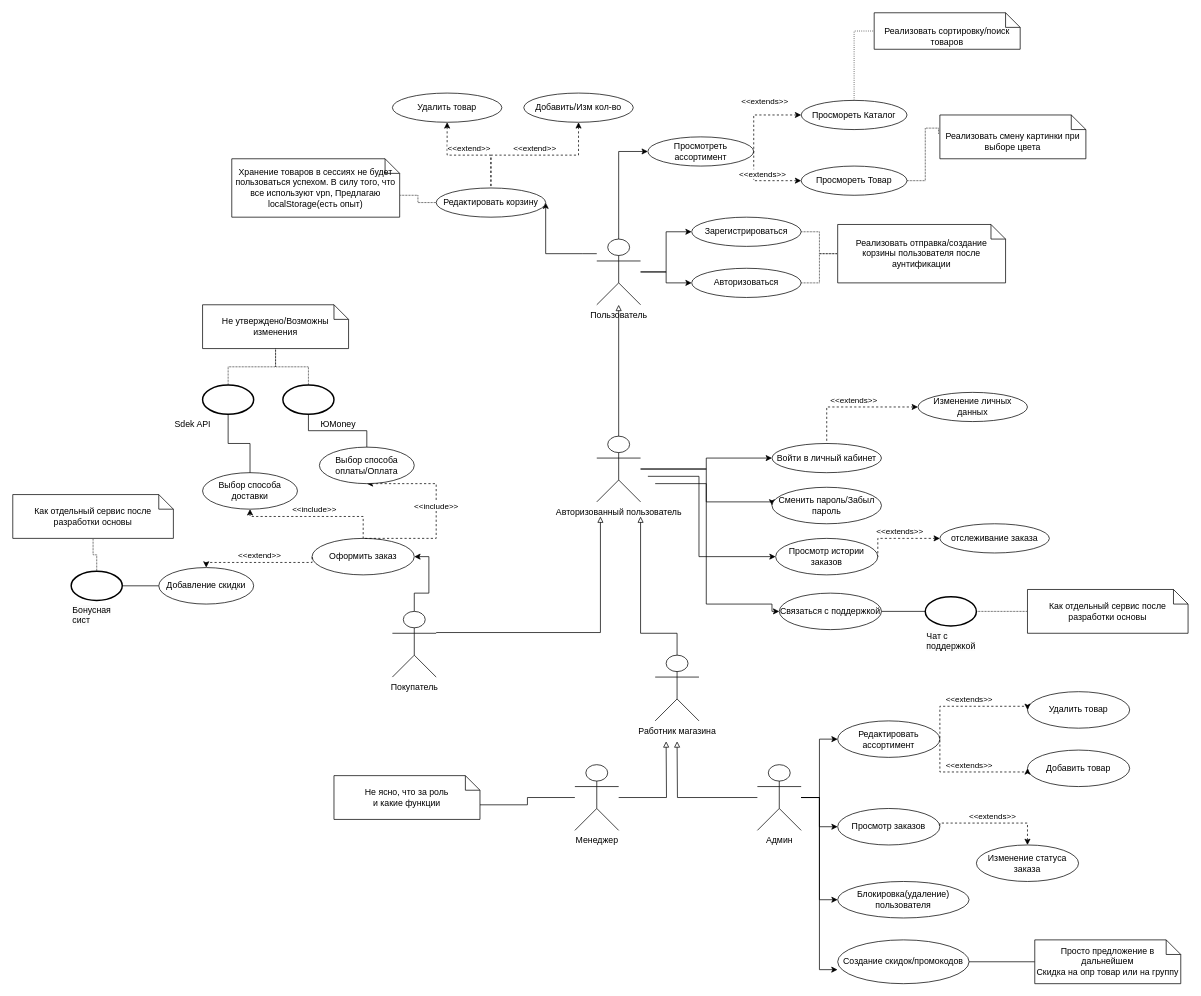
Before: use-case.drawio in deZKI/store_django, a draw.io diagram. Source tidied: cells renumbered, new cells numbered last; positions are measured from the earlier drawing's top-left corner, leaving out a move shared by most shapes. Both pictures are drawn from the tidied source at 73%, with x=0, y=0 at pixel (12, 12).
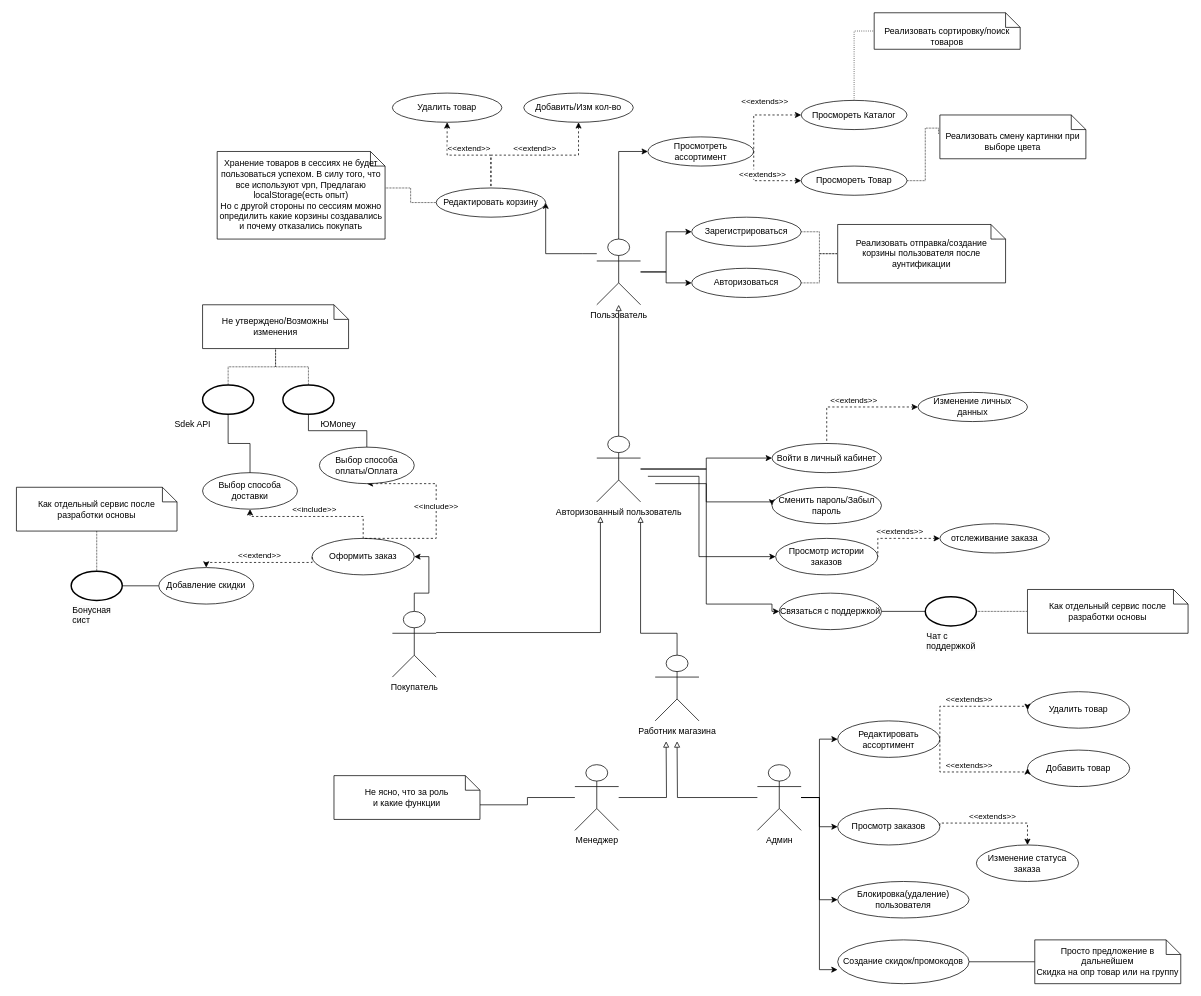
The same diagram, later.

Change to the diagram source:
```diff
@@
     <mxCell id="79" value="Как отдельный сервис после разработки основы" style="shape=note;size=20;whiteSpace=wrap;html=1;" parent="1" vertex="1">
-      <mxGeometry y="660" width="220" height="60" as="geometry" />
+      <mxGeometry x="5" y="650" width="220" height="60" as="geometry" />
     </mxCell>
@@
-    <mxCell id="81" value="Хранение товаров в сессиях не будет пользоваться успехом. В силу того, что все используют vpn, Предлагаю localStorage(есть опыт)" style="shape=note;size=20;whiteSpace=wrap;html=1;" parent="1" vertex="1">
-      <mxGeometry x="300" y="200" width="230" height="80" as="geometry" />
+    <mxCell id="81" value="Хранение товаров в сессиях не будет пользоваться успехом. В силу того, что все используют vpn, Предлагаю localStorage(есть опыт)&lt;br&gt;Но с другой стороны по сессиям можно опредилить какие корзины создавались и почему отказались покупать" style="shape=note;size=20;whiteSpace=wrap;html=1;" parent="1" vertex="1">
+      <mxGeometry x="280" y="190" width="230" height="120" as="geometry" />
     </mxCell>
```
